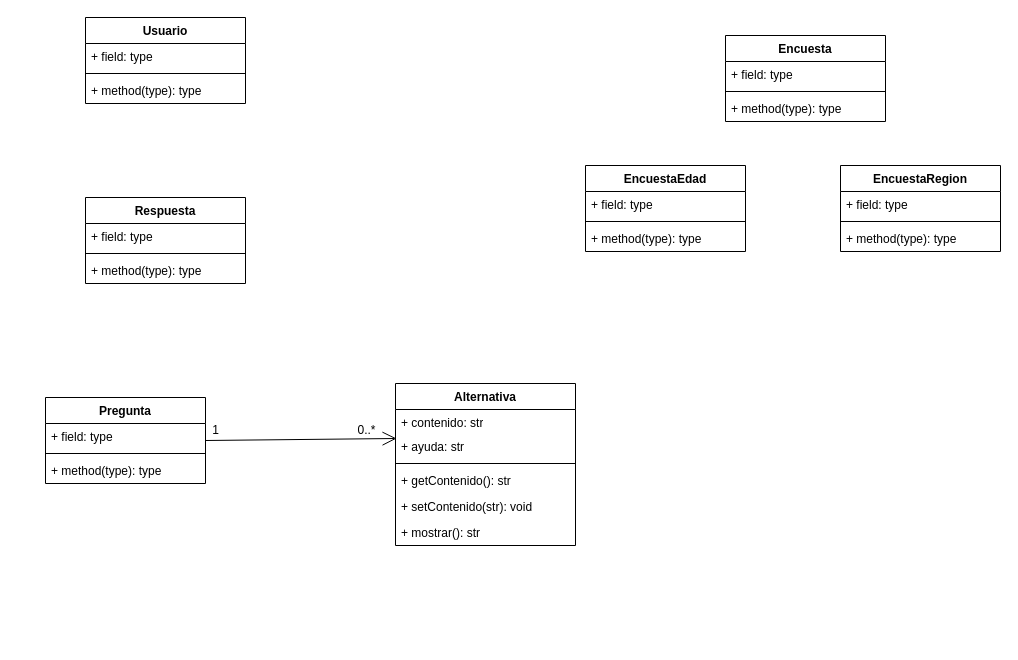
Evmoraleso/pythonChallenges keeps this draw.io diagram as g8_m4_desafio_dia_9/Diagrama sin título.drawio. Above is the earlier version. Source tidied: cells renumbered, new cells numbered last; positions are measured from the earlier drawing's top-left corner, leaving out a move shared by most shapes. Both pictures are drawn from the tidied source at 100%, with x=0, y=0 at pixel (45, 17).
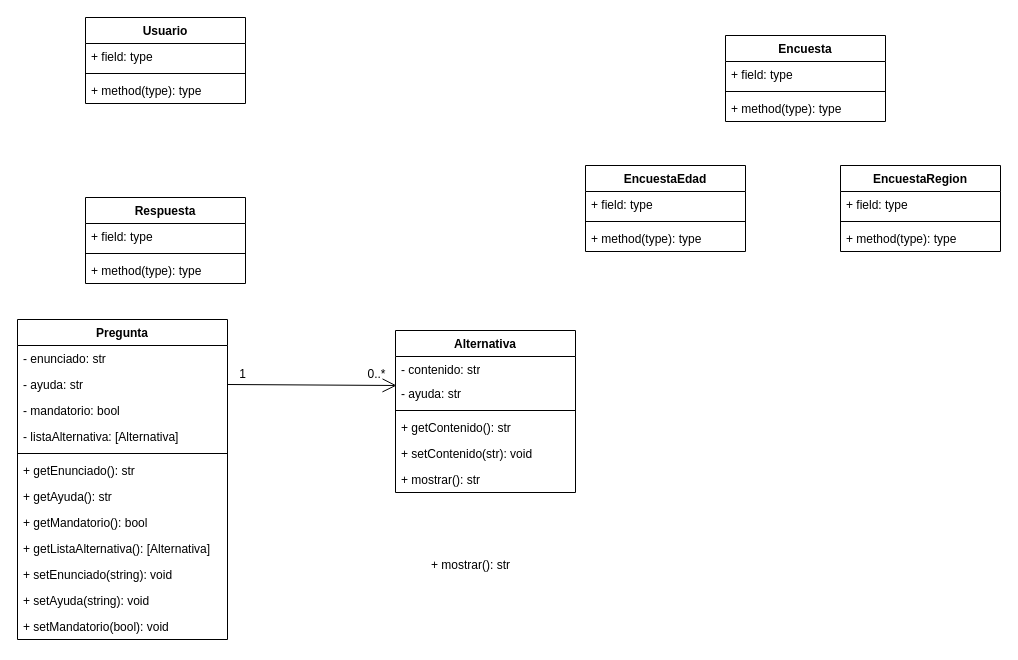
Above is the later version.

What changed in the source:
```diff
@@
     <mxCell id="6" value="Alternativa" style="swimlane;fontStyle=1;align=center;verticalAlign=top;horizontal=1;startSize=26;whiteSpace=wrap;html=1;" parent="1" vertex="1">
-      <mxGeometry x="350" y="366" width="180" height="162" as="geometry" />
+      <mxGeometry x="350" y="313" width="180" height="162" as="geometry" />
     </mxCell>
-    <mxCell id="7" value="+ contenido: str" style="text;strokeColor=none;fillColor=none;align=left;verticalAlign=top;spacingLeft=4;spacingRight=4;overflow=hidden;whiteSpace=wrap;html=1;" parent="6" vertex="1">
+    <mxCell id="7" value="- contenido: str" style="text;strokeColor=none;fillColor=none;align=left;verticalAlign=top;spacingLeft=4;spacingRight=4;overflow=hidden;whiteSpace=wrap;html=1;" parent="6" vertex="1">
       <mxGeometry y="26" width="180" height="24" as="geometry" />
     </mxCell>
-    <mxCell id="8" value="+ ayuda: str" style="text;strokeColor=none;fillColor=none;align=left;verticalAlign=top;spacingLeft=4;spacingRight=4;overflow=hidden;points=[[0,0.5],[1,0.5]];portConstraint=eastwest;whiteSpace=wrap;html=1;" parent="6" vertex="1">
+    <mxCell id="8" value="- ayuda: str" style="text;strokeColor=none;fillColor=none;align=left;verticalAlign=top;spacingLeft=4;spacingRight=4;overflow=hidden;points=[[0,0.5],[1,0.5]];portConstraint=eastwest;whiteSpace=wrap;html=1;" parent="6" vertex="1">
       <mxGeometry y="50" width="180" height="26" as="geometry" />
     </mxCell>
@@
     <mxCell id="13" value="Pregunta" style="swimlane;fontStyle=1;align=center;verticalAlign=top;horizontal=1;startSize=26;whiteSpace=wrap;html=1;" parent="1" vertex="1">
-      <mxGeometry y="380" width="160" height="86" as="geometry" />
+      <mxGeometry x="-28" y="302" width="210" height="320" as="geometry" />
     </mxCell>
-    <mxCell id="14" value="+ field: type" style="text;strokeColor=none;fillColor=none;align=left;verticalAlign=top;spacingLeft=4;spacingRight=4;overflow=hidden;whiteSpace=wrap;html=1;" parent="13" vertex="1">
-      <mxGeometry y="26" width="160" height="26" as="geometry" />
+    <mxCell id="14" value="- enunciado: str" style="text;strokeColor=none;fillColor=none;align=left;verticalAlign=top;spacingLeft=4;spacingRight=4;overflow=hidden;whiteSpace=wrap;html=1;" parent="13" vertex="1">
+      <mxGeometry y="26" width="210" height="26" as="geometry" />
     </mxCell>
+    <mxCell id="36" value="- ayuda: str" style="text;strokeColor=none;fillColor=none;align=left;verticalAlign=top;spacingLeft=4;spacingRight=4;overflow=hidden;points=[[0,0.5],[1,0.5]];portConstraint=eastwest;whiteSpace=wrap;html=1;" parent="13" vertex="1">
+      <mxGeometry y="52" width="210" height="26" as="geometry" />
+    </mxCell>
+    <mxCell id="37" value="- mandatorio: bool" style="text;strokeColor=none;fillColor=none;align=left;verticalAlign=top;spacingLeft=4;spacingRight=4;overflow=hidden;whiteSpace=wrap;html=1;" parent="13" vertex="1">
+      <mxGeometry y="78" width="210" height="26" as="geometry" />
+    </mxCell>
+    <mxCell id="38" value="- listaAlternativa: [Alternativa]" style="text;strokeColor=none;fillColor=none;align=left;verticalAlign=top;spacingLeft=4;spacingRight=4;overflow=hidden;whiteSpace=wrap;html=1;" parent="13" vertex="1">
+      <mxGeometry y="104" width="210" height="26" as="geometry" />
+    </mxCell>
     <mxCell id="15" style="line;strokeWidth=1;fillColor=none;align=left;verticalAlign=middle;spacingTop=-1;spacingLeft=3;spacingRight=3;labelPosition=right;strokeColor=inherit;" parent="13" vertex="1">
-      <mxGeometry y="52" width="160" height="8" as="geometry" />
+      <mxGeometry y="130" width="210" height="8" as="geometry" />
     </mxCell>
-    <mxCell id="16" value="+ method(type): type" style="text;strokeColor=none;fillColor=none;align=left;verticalAlign=top;spacingLeft=4;spacingRight=4;overflow=hidden;whiteSpace=wrap;html=1;" parent="13" vertex="1">
-      <mxGeometry y="60" width="160" height="26" as="geometry" />
-    </mxCell>
+    <mxCell id="39" value="+ getEnunciado(): str" style="text;strokeColor=none;fillColor=none;align=left;verticalAlign=top;spacingLeft=4;spacingRight=4;overflow=hidden;whiteSpace=wrap;html=1;" parent="13" vertex="1">
+      <mxGeometry y="138" width="210" height="26" as="geometry" />
+    </mxCell>
+    <mxCell id="40" value="+ getAyuda(): str" style="text;strokeColor=none;fillColor=none;align=left;verticalAlign=top;spacingLeft=4;spacingRight=4;overflow=hidden;whiteSpace=wrap;html=1;" parent="13" vertex="1">
+      <mxGeometry y="164" width="210" height="26" as="geometry" />
+    </mxCell>
+    <mxCell id="41" value="+ getMandatorio(): bool" style="text;strokeColor=none;fillColor=none;align=left;verticalAlign=top;spacingLeft=4;spacingRight=4;overflow=hidden;whiteSpace=wrap;html=1;" parent="13" vertex="1">
+      <mxGeometry y="190" width="210" height="26" as="geometry" />
+    </mxCell>
+    <mxCell id="42" value="+ getListaAlternativa(): [Alternativa]" style="text;strokeColor=none;fillColor=none;align=left;verticalAlign=top;spacingLeft=4;spacingRight=4;overflow=hidden;whiteSpace=wrap;html=1;" parent="13" vertex="1">
+      <mxGeometry y="216" width="210" height="26" as="geometry" />
+    </mxCell>
+    <mxCell id="43" value="+ setEnunciado(string): void" style="text;strokeColor=none;fillColor=none;align=left;verticalAlign=top;spacingLeft=4;spacingRight=4;overflow=hidden;whiteSpace=wrap;html=1;" parent="13" vertex="1">
+      <mxGeometry y="242" width="210" height="26" as="geometry" />
+    </mxCell>
+    <mxCell id="44" value="+ setAyuda(string): void" style="text;strokeColor=none;fillColor=none;align=left;verticalAlign=top;spacingLeft=4;spacingRight=4;overflow=hidden;whiteSpace=wrap;html=1;" parent="13" vertex="1">
+      <mxGeometry y="268" width="210" height="26" as="geometry" />
+    </mxCell>
+    <mxCell id="45" value="+ setMandatorio(bool): void" style="text;strokeColor=none;fillColor=none;align=left;verticalAlign=top;spacingLeft=4;spacingRight=4;overflow=hidden;whiteSpace=wrap;html=1;" parent="13" vertex="1">
+      <mxGeometry y="294" width="210" height="26" as="geometry" />
+    </mxCell>
@@
-    <mxCell id="33" style="endArrow=open;endFill=1;endSize=12;html=1;rounded=0;entryX=0.006;entryY=0.192;entryDx=0;entryDy=0;entryPerimeter=0;" parent="1" edge="1" target="8">
-      <mxGeometry relative="1" as="geometry">
-        <mxPoint x="160" y="423" as="sourcePoint" />
-      </mxGeometry>
+    <mxCell id="33" style="endArrow=open;endFill=1;endSize=12;html=1;rounded=0;entryX=0.006;entryY=0.192;entryDx=0;entryDy=0;entryPerimeter=0;exitX=1;exitY=0.5;exitDx=0;exitDy=0;" parent="1" edge="1" source="36" target="8">
+      <mxGeometry relative="1" as="geometry" />
     </mxCell>
     <mxCell id="34" value="1" style="text;html=1;align=center;verticalAlign=middle;strokeColor=none;fillColor=none;" parent="1" vertex="1">
-      <mxGeometry x="155" y="398" width="30" height="30" as="geometry" />
+      <mxGeometry x="182" y="342" width="30" height="30" as="geometry" />
     </mxCell>
     <mxCell id="35" value="0..*" style="text;html=1;align=center;verticalAlign=middle;strokeColor=none;fillColor=none;" parent="1" vertex="1">
-      <mxGeometry x="301" y="398" width="40" height="30" as="geometry" />
+      <mxGeometry x="311" y="342" width="40" height="30" as="geometry" />
     </mxCell>
+    <mxCell id="46" value="+ mostrar(): str" style="text;strokeColor=none;fillColor=none;align=left;verticalAlign=top;spacingLeft=4;spacingRight=4;overflow=hidden;whiteSpace=wrap;html=1;" parent="1" vertex="1">
+      <mxGeometry x="380" y="534" width="190" height="26" as="geometry" />
+    </mxCell>
```
